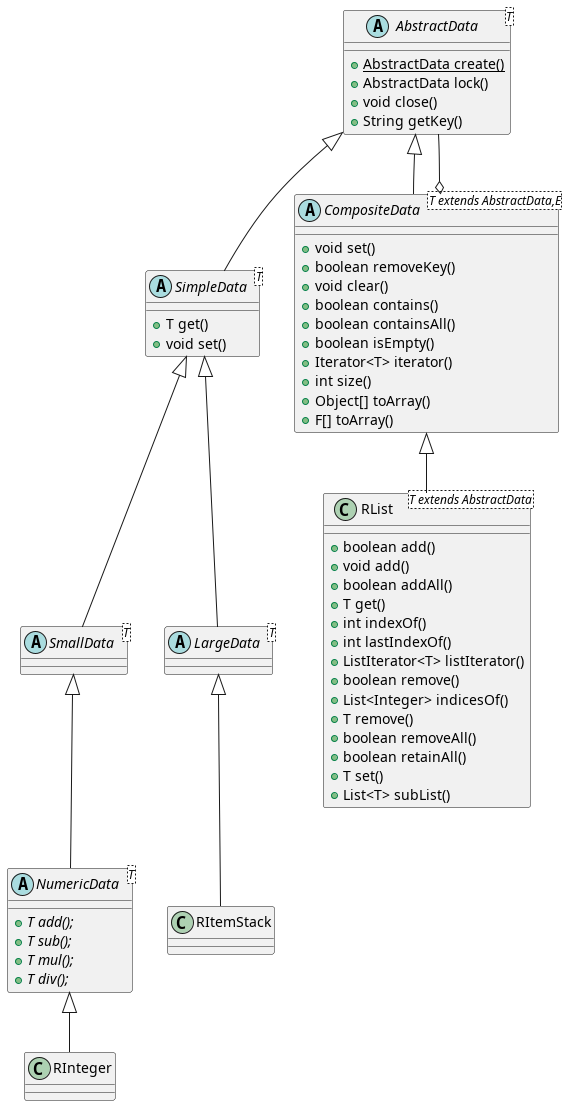
This is out/DataTypes/DataType.png from chrisb09/firecord, a PlantUML export, as it was before one commit.
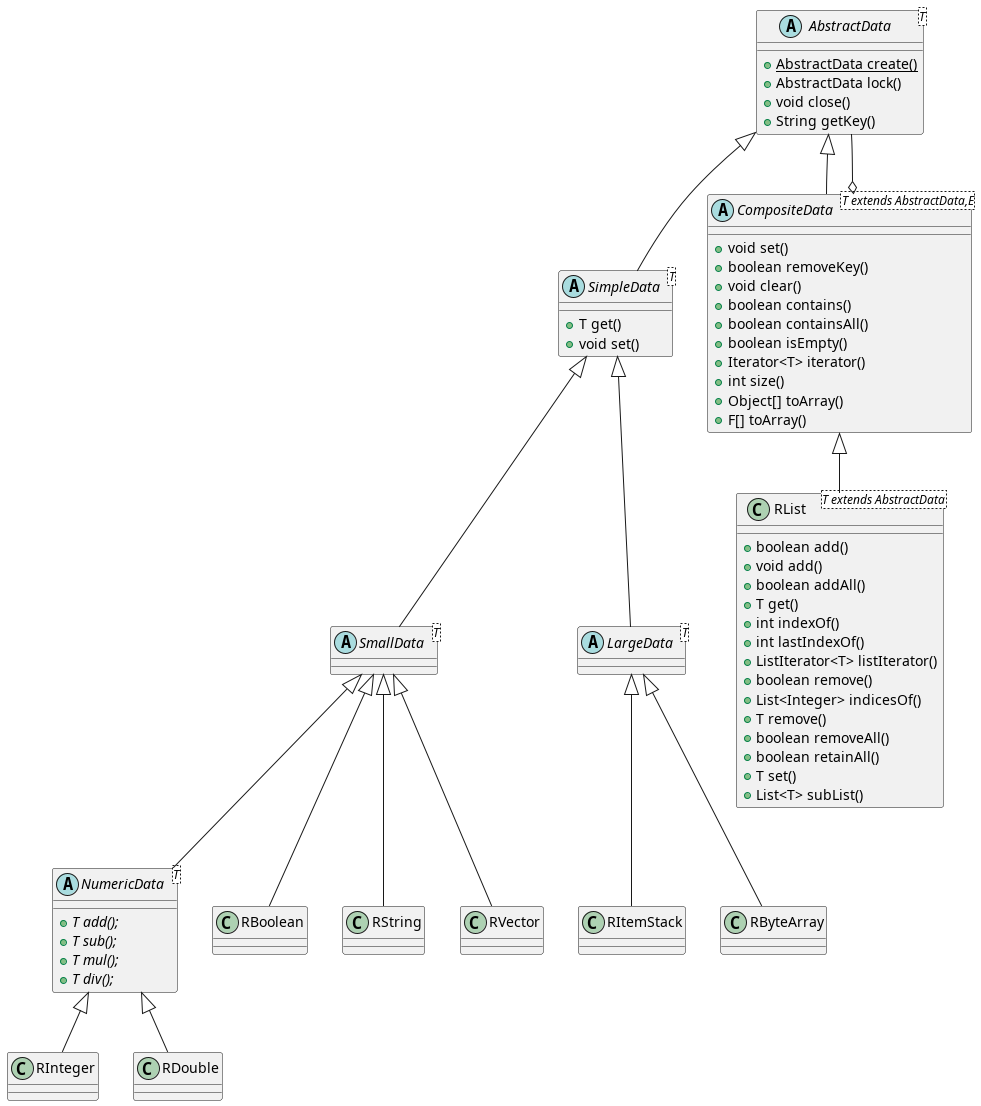
The same file after the commit.

Commit message:
update UML diagram

Change to the diagram source:
```diff
@@ -29,11 +29,32 @@
     + {abstract} T div();
 }
 
+class RBoolean extends SmallData {
+
+}
+
+class RString extends SmallData {
+
+}
+
+class RVector extends SmallData {
+
+}
+
 class RInteger extends NumericData {
 
 }
 
+class RDouble extends NumericData {
+
+}
+
+
 class RItemStack extends LargeData {
+
+}
+
+class RByteArray extends LargeData {
 
 }
 
```
